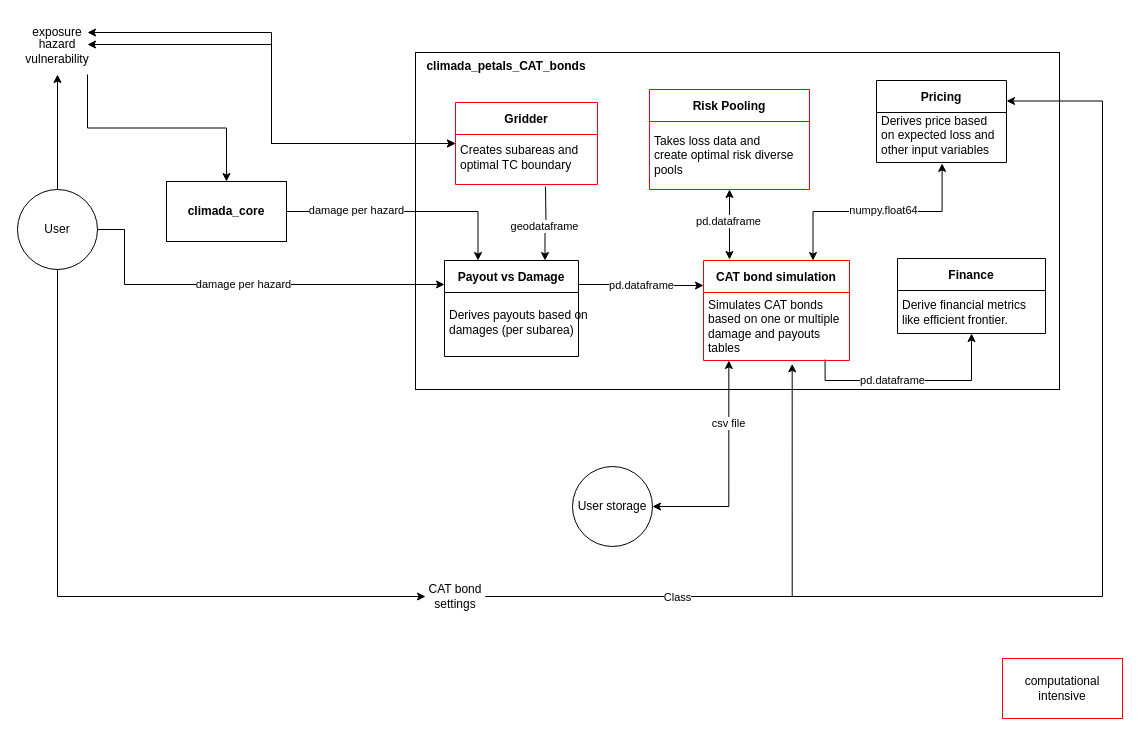
The draw.io diagram data_flow_climada_petals.drawio in KaiOBerg/master_thesis_cat_bonds, before the edit. Source tidied: cells renumbered, new cells numbered last; positions are measured from the earlier drawing's top-left corner, leaving out a move shared by most shapes. Both pictures are drawn from the tidied source at 100%, with x=0, y=0 at pixel (17, 17).
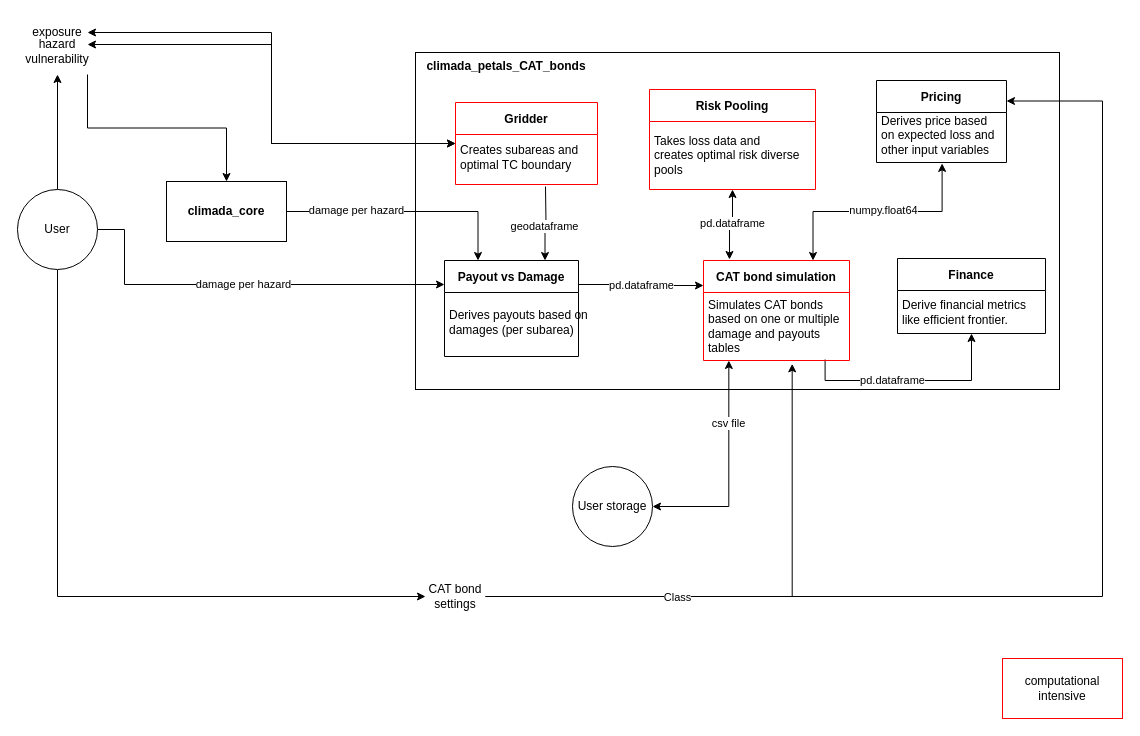
Above is the later version.

What changed in the source:
```diff
@@
     <mxCell id="36" value="Risk Pooling" style="swimlane;startSize=32;align=center;strokeColor=#FF0000;" parent="1" vertex="1">
-      <mxGeometry x="632" y="72" width="160" height="100" as="geometry" />
+      <mxGeometry x="632" y="72" width="166" height="100" as="geometry" />
     </mxCell>
-    <mxCell id="37" value="Takes loss data and&amp;nbsp;&lt;div&gt;create optimal risk diverse&lt;/div&gt;&lt;div&gt;pools&lt;/div&gt;" style="text;html=1;align=left;verticalAlign=middle;strokeColor=none;fillColor=none;" parent="36" vertex="1">
-      <mxGeometry x="3" y="39" width="157" height="54" as="geometry" />
+    <mxCell id="37" value="Takes loss data and&amp;nbsp;&lt;div&gt;creates optimal risk diverse&lt;/div&gt;&lt;div&gt;pools&lt;/div&gt;" style="text;html=1;align=left;verticalAlign=middle;strokeColor=none;fillColor=none;" parent="36" vertex="1">
+      <mxGeometry x="3" y="39" width="163" height="54" as="geometry" />
     </mxCell>
```
